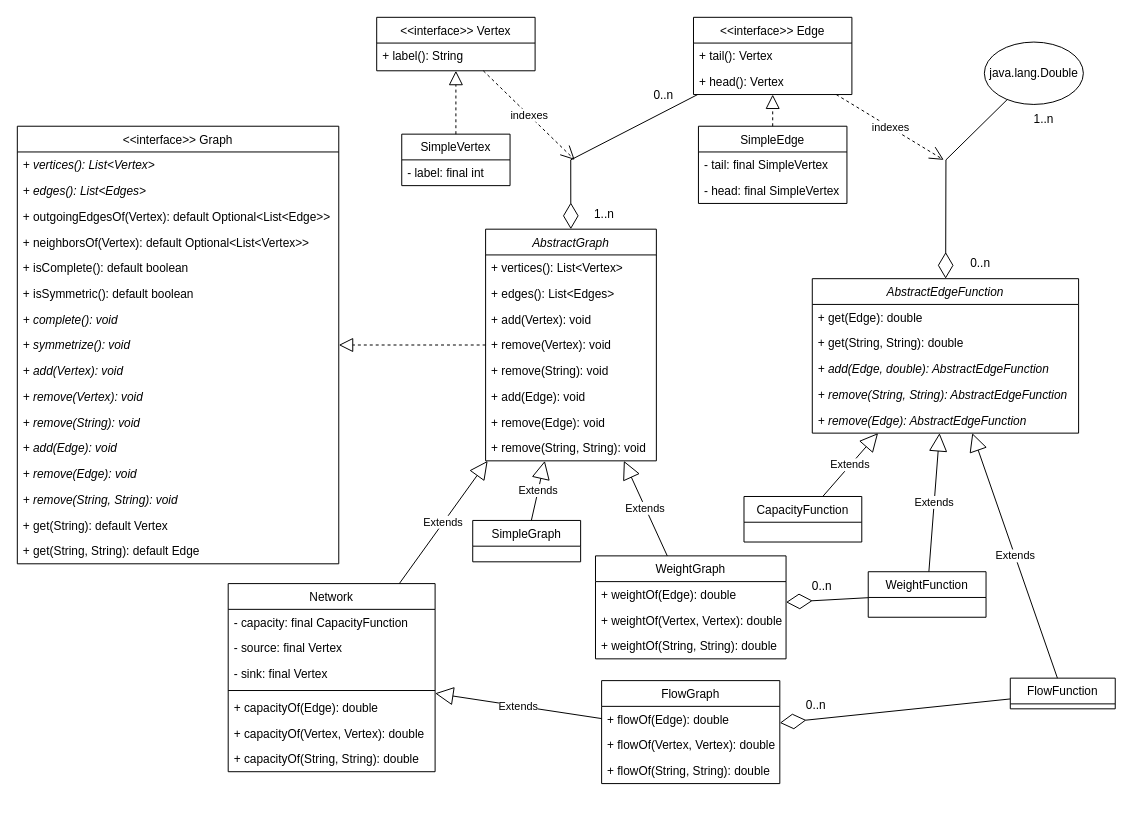
mgmu/jraf keeps this draw.io diagram as docs/graph.drawio. Above is the earlier version. Source tidied: cells renumbered, new cells numbered last; positions are measured from the earlier drawing's top-left corner, leaving out a move shared by most shapes. Both pictures are drawn from the tidied source at 99%, with x=0, y=0 at pixel (17, 17).
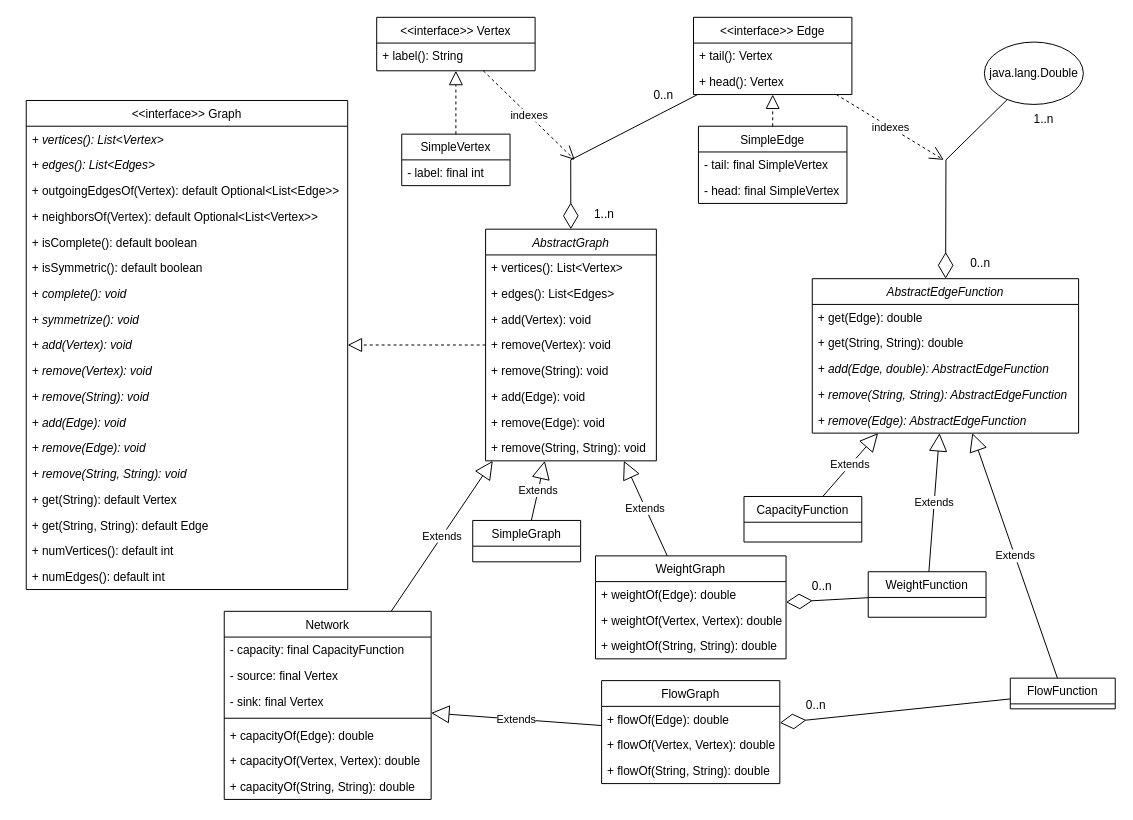
After the change.

Commit message:
Updated function names of graph

The edit, as a diff of the source:
```diff
@@
     <mxCell id="8" value="&lt;&lt;interface&gt;&gt; Graph" style="swimlane;fontStyle=0;align=center;verticalAlign=top;horizontal=1;startSize=26;rounded=0;shadow=0;strokeWidth=1;" parent="1" vertex="1">
-      <mxGeometry y="110" width="324.7" height="442" as="geometry" />
+      <mxGeometry x="9" y="84" width="324.7" height="494" as="geometry" />
     </mxCell>
@@
+    <mxCell id="87" value="+ numVertices(): default int" style="text;strokeColor=none;fillColor=none;align=left;verticalAlign=top;spacingLeft=4;spacingRight=4;overflow=hidden;" parent="8" vertex="1">
+      <mxGeometry y="442" width="324.7" height="26" as="geometry" />
+    </mxCell>
+    <mxCell id="88" value="+ numEdges(): default int" style="text;strokeColor=none;fillColor=none;align=left;verticalAlign=top;spacingLeft=4;spacingRight=4;overflow=hidden;" parent="8" vertex="1">
+      <mxGeometry y="468" width="324.7" height="26" as="geometry" />
+    </mxCell>
@@
     <mxCell id="74" value="Network" style="swimlane;fontStyle=0;align=center;verticalAlign=top;horizontal=1;startSize=26;rounded=0;shadow=0;strokeWidth=1;" parent="1" vertex="1">
-      <mxGeometry x="213" y="572" width="209" height="190" as="geometry" />
+      <mxGeometry x="209" y="600" width="209" height="190" as="geometry" />
     </mxCell>
```
